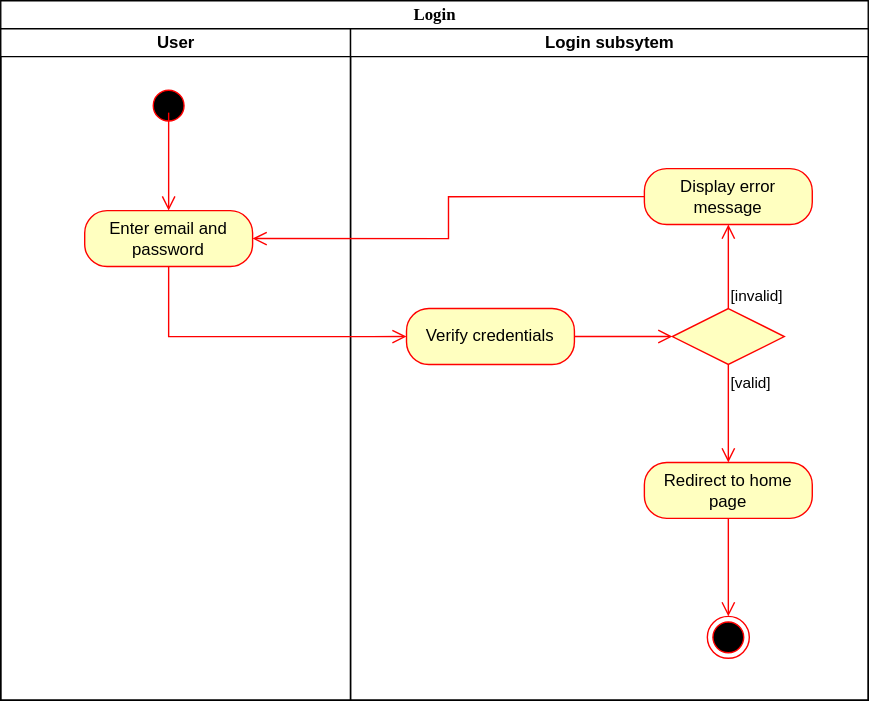
Simamkele88/IFM3_GP keeps this draw.io diagram as Login Activity Diagram.svg. Above is the earlier version. Source tidied: cells renumbered, new cells last; positions are measured from the earlier drawing's top-left corner, leaving out a move shared by most shapes.
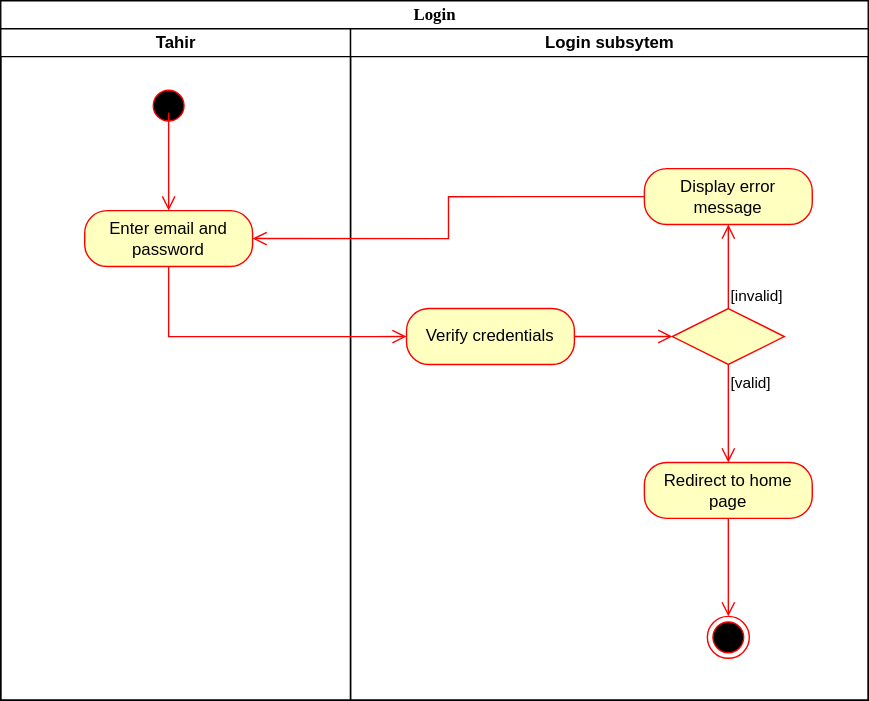
The same diagram one commit later.

What changed in the source:
```diff
@@ -5,7 +5,7 @@
     <mxCell id="2" value="Login" style="swimlane;html=1;startSize=20;rounded=0;shadow=0;comic=0;labelBackgroundColor=none;strokeWidth=1;fontFamily=Verdana;fontSize=12;align=center;" parent="1" vertex="1">
       <mxGeometry width="620" height="500" as="geometry" />
     </mxCell>
-    <mxCell id="3" value="User" style="swimlane;html=1;startSize=20;" parent="2" vertex="1">
+    <mxCell id="3" value="Tahir" style="swimlane;html=1;startSize=20;" parent="2" vertex="1">
       <mxGeometry y="20" width="250" height="480" as="geometry" />
     </mxCell>
     <mxCell id="4" value="Enter email and password" style="rounded=1;whiteSpace=wrap;html=1;arcSize=40;fontColor=#000000;fillColor=#ffffc0;strokeColor=#ff0000;" parent="3" vertex="1">
```
